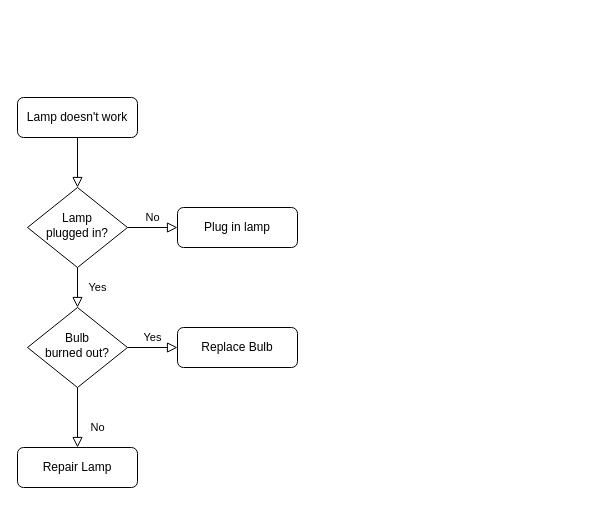
MisterNooblet/weekend_assigment5_dice_game keeps this draw.io diagram as Untitled Diagram.drawio. Above is the earlier version. Source tidied: cells renumbered, new cells numbered last; positions are measured from the earlier drawing's top-left corner, leaving out a move shared by most shapes. Both pictures are drawn from the tidied source at 100%, with x=0, y=0 at pixel (17, 97).
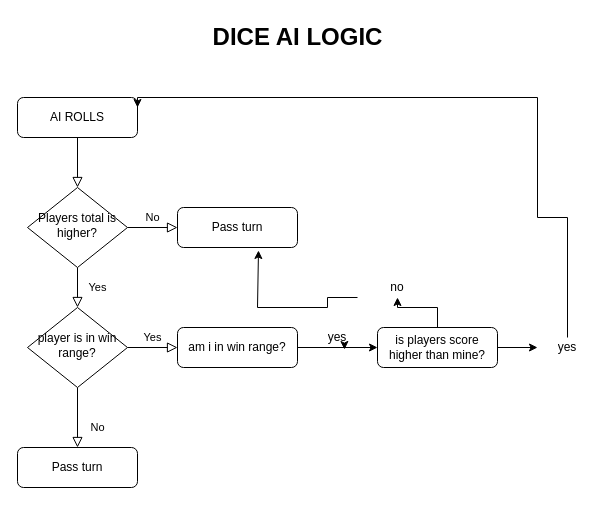
The same page after the edit.

The edit, as a diff of the source:
```diff
@@
-    <mxCell id="3" value="Lamp doesn't work" style="rounded=1;whiteSpace=wrap;html=1;fontSize=12;glass=0;strokeWidth=1;shadow=0;" parent="1" vertex="1">
+    <mxCell id="3" value="AI ROLLS" style="rounded=1;whiteSpace=wrap;html=1;fontSize=12;glass=0;strokeWidth=1;shadow=0;" parent="1" vertex="1">
       <mxGeometry width="120" height="40" as="geometry" />
     </mxCell>
@@
-    <mxCell id="6" value="Lamp&lt;br&gt;plugged in?" style="rhombus;whiteSpace=wrap;html=1;shadow=0;fontFamily=Helvetica;fontSize=12;align=center;strokeWidth=1;spacing=6;spacingTop=-4;" parent="1" vertex="1">
+    <mxCell id="6" value="Players total is higher?" style="rhombus;whiteSpace=wrap;html=1;shadow=0;fontFamily=Helvetica;fontSize=12;align=center;strokeWidth=1;spacing=6;spacingTop=-4;" parent="1" vertex="1">
       <mxGeometry x="10" y="90" width="100" height="80" as="geometry" />
     </mxCell>
-    <mxCell id="7" value="Plug in lamp" style="rounded=1;whiteSpace=wrap;html=1;fontSize=12;glass=0;strokeWidth=1;shadow=0;" parent="1" vertex="1">
+    <mxCell id="7" value="Pass turn" style="rounded=1;whiteSpace=wrap;html=1;fontSize=12;glass=0;strokeWidth=1;shadow=0;" parent="1" vertex="1">
       <mxGeometry x="160" y="110" width="120" height="40" as="geometry" />
     </mxCell>
@@
-    <mxCell id="10" value="Bulb&lt;br&gt;burned out?" style="rhombus;whiteSpace=wrap;html=1;shadow=0;fontFamily=Helvetica;fontSize=12;align=center;strokeWidth=1;spacing=6;spacingTop=-4;" parent="1" vertex="1">
+    <mxCell id="10" value="player is in win range?" style="rhombus;whiteSpace=wrap;html=1;shadow=0;fontFamily=Helvetica;fontSize=12;align=center;strokeWidth=1;spacing=6;spacingTop=-4;" parent="1" vertex="1">
       <mxGeometry x="10" y="210" width="100" height="80" as="geometry" />
     </mxCell>
-    <mxCell id="11" value="Repair Lamp" style="rounded=1;whiteSpace=wrap;html=1;fontSize=12;glass=0;strokeWidth=1;shadow=0;" parent="1" vertex="1">
+    <mxCell id="11" value="Pass turn" style="rounded=1;whiteSpace=wrap;html=1;fontSize=12;glass=0;strokeWidth=1;shadow=0;" parent="1" vertex="1">
       <mxGeometry y="350" width="120" height="40" as="geometry" />
     </mxCell>
+    <mxCell id="13" style="edgeStyle=orthogonalEdgeStyle;rounded=0;jettySize=auto;html=1;" parent="1" edge="1" source="12" target="16">
+      <mxGeometry relative="1" as="geometry" />
+    </mxCell>
-    <mxCell id="12" value="Replace Bulb" style="rounded=1;whiteSpace=wrap;html=1;fontSize=12;glass=0;strokeWidth=1;shadow=0;" parent="1" vertex="1">
+    <mxCell id="12" value="am i in win range?" style="rounded=1;whiteSpace=wrap;html=1;fontSize=12;glass=0;strokeWidth=1;shadow=0;" parent="1" vertex="1">
       <mxGeometry x="160" y="230" width="120" height="40" as="geometry" />
     </mxCell>
+    <mxCell id="14" style="edgeStyle=orthogonalEdgeStyle;rounded=0;jettySize=auto;html=1;" parent="1" edge="1" source="16" target="21">
+      <mxGeometry relative="1" as="geometry" />
+    </mxCell>
+    <mxCell id="15" style="edgeStyle=orthogonalEdgeStyle;rounded=0;jettySize=auto;html=1;exitX=0.5;exitY=0;exitDx=0;exitDy=0;entryX=0.5;entryY=1;entryDx=0;entryDy=0;" parent="1" edge="1" source="16" target="23">
+      <mxGeometry relative="1" as="geometry" />
+    </mxCell>
+    <mxCell id="16" value="is players score higher than mine?" style="rounded=1;whiteSpace=wrap;html=1;fontSize=12;glass=0;strokeWidth=1;shadow=0;" parent="1" vertex="1">
+      <mxGeometry x="360" y="230" width="120" height="40" as="geometry" />
+    </mxCell>
+    <mxCell id="17" style="edgeStyle=orthogonalEdgeStyle;rounded=0;orthogonalLoop=1;jettySize=auto;html=1;exitX=0.5;exitY=0;exitDx=0;exitDy=0;exitPerimeter=0;entryX=0.5;entryY=0;entryDx=0;entryDy=0;" parent="1" edge="1" source="18" target="18">
+      <mxGeometry relative="1" as="geometry" />
+    </mxCell>
+    <mxCell id="18" value="yes" style="text;html=1;strokeColor=none;fillColor=none;align=center;verticalAlign=middle;whiteSpace=wrap;overflow=hidden;" parent="1" vertex="1">
+      <mxGeometry x="280" y="230" width="80" height="20" as="geometry" />
+    </mxCell>
+    <mxCell id="19" style="edgeStyle=orthogonalEdgeStyle;rounded=0;orthogonalLoop=1;jettySize=auto;html=1;exitX=0.5;exitY=1;exitDx=0;exitDy=0;entryX=0.588;entryY=1.1;entryDx=0;entryDy=0;entryPerimeter=0;" parent="1" edge="1" source="18" target="18">
+      <mxGeometry relative="1" as="geometry" />
+    </mxCell>
+    <mxCell id="20" style="edgeStyle=orthogonalEdgeStyle;rounded=0;jettySize=auto;html=1;entryX=1;entryY=0.25;entryDx=0;entryDy=0;" parent="1" edge="1" source="21" target="3">
+      <mxGeometry relative="1" as="geometry">
+        <Array as="points">
+          <mxPoint x="550" y="120" />
+          <mxPoint x="520" y="120" />
+          <mxPoint x="520" />
+          <mxPoint x="120" />
+        </Array>
+      </mxGeometry>
+    </mxCell>
+    <mxCell id="21" value="yes" style="text;html=1;strokeColor=none;fillColor=none;align=center;verticalAlign=middle;whiteSpace=wrap;overflow=hidden;" parent="1" vertex="1">
+      <mxGeometry x="520" y="240" width="60" height="20" as="geometry" />
+    </mxCell>
+    <mxCell id="22" style="edgeStyle=orthogonalEdgeStyle;rounded=0;jettySize=auto;html=1;entryX=0.675;entryY=1.075;entryDx=0;entryDy=0;entryPerimeter=0;" parent="1" edge="1" source="23" target="7">
+      <mxGeometry relative="1" as="geometry">
+        <Array as="points">
+          <mxPoint x="310" y="200" />
+          <mxPoint x="310" y="210" />
+          <mxPoint x="240" y="210" />
+        </Array>
+      </mxGeometry>
+    </mxCell>
+    <mxCell id="23" value="no" style="text;html=1;strokeColor=none;fillColor=none;align=center;verticalAlign=middle;whiteSpace=wrap;overflow=hidden;" parent="1" vertex="1">
+      <mxGeometry x="340" y="180" width="80" height="20" as="geometry" />
+    </mxCell>
+    <mxCell id="24" value="DICE AI LOGIC" style="text;strokeColor=none;fillColor=none;html=1;fontSize=24;fontStyle=1;verticalAlign=middle;align=center;" parent="1" vertex="1">
+      <mxGeometry x="230" y="-80" width="100" height="40" as="geometry" />
+    </mxCell>
```
